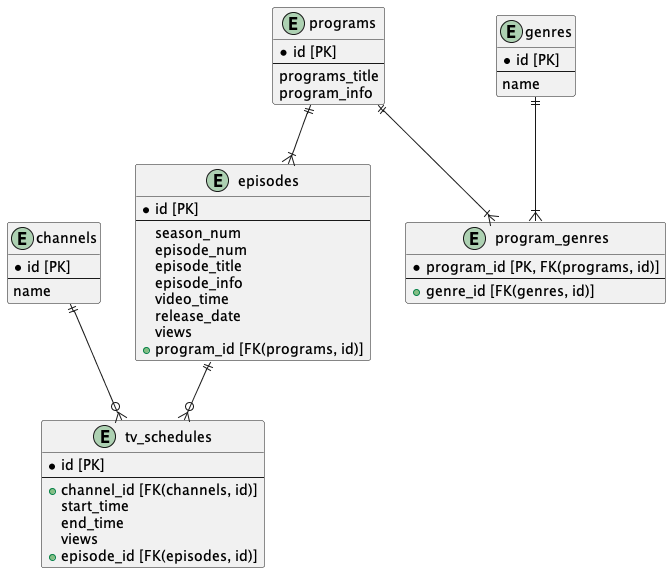
Above: week5-6/er.png in nobukofu69/apprentice-practice (PlantUML), before the change.
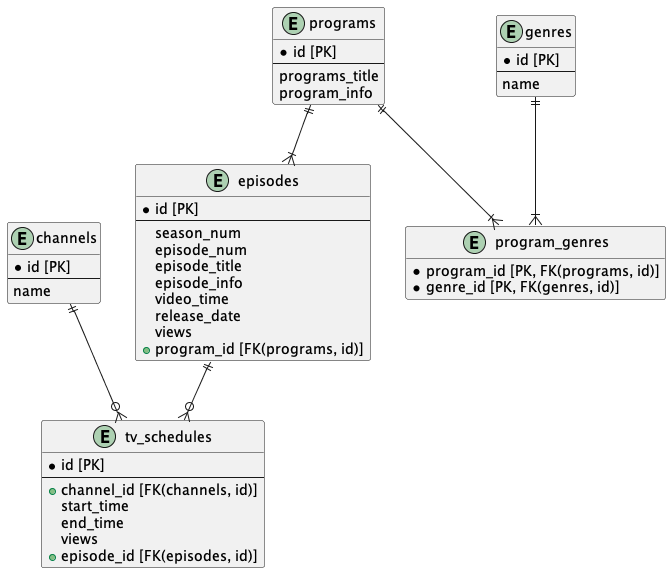
Later version of the same file.

What changed in the source:
```diff
@@ -46,10 +46,8 @@
 
 entity "program_genres" as program_genres {
     * program_id [PK, FK(programs, id)]
-    --
-    + genre_id [FK(genres, id)]
+    * genre_id [PK, FK(genres, id)]
 }
-
 
 channels ||--o{ tv_schedules
 programs ||--|{ program_genres
```
